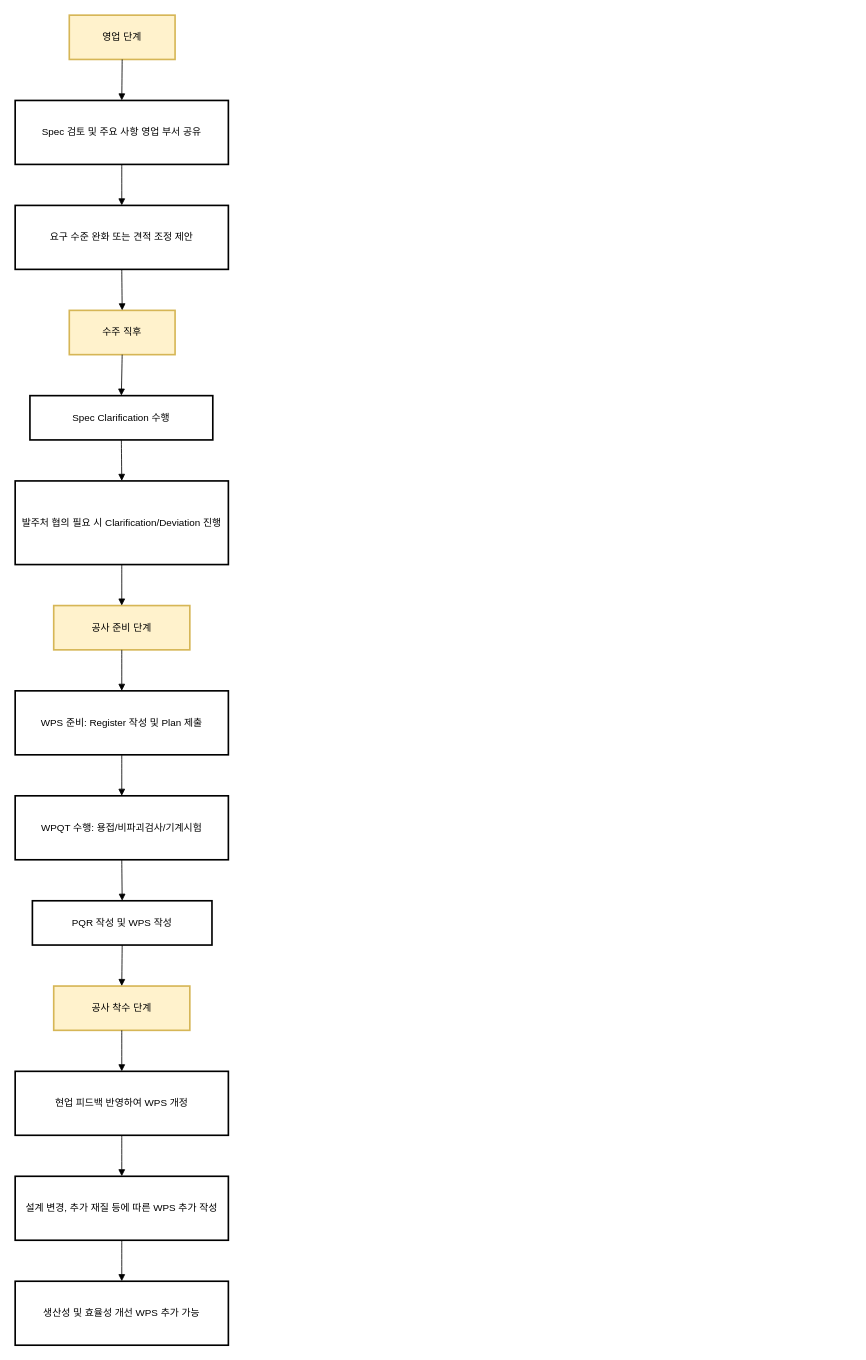
Earlier version of the draw.io diagram 제목 없는 다이어그램.drawio (kim-sunghoon74/draw.io2). Source tidied: cells renumbered, new cells numbered last; positions are measured from the earlier drawing's top-left corner, leaving out a move shared by most shapes. Both pictures are drawn from the tidied source at 82%, with x=0, y=0 at pixel (15, 15).
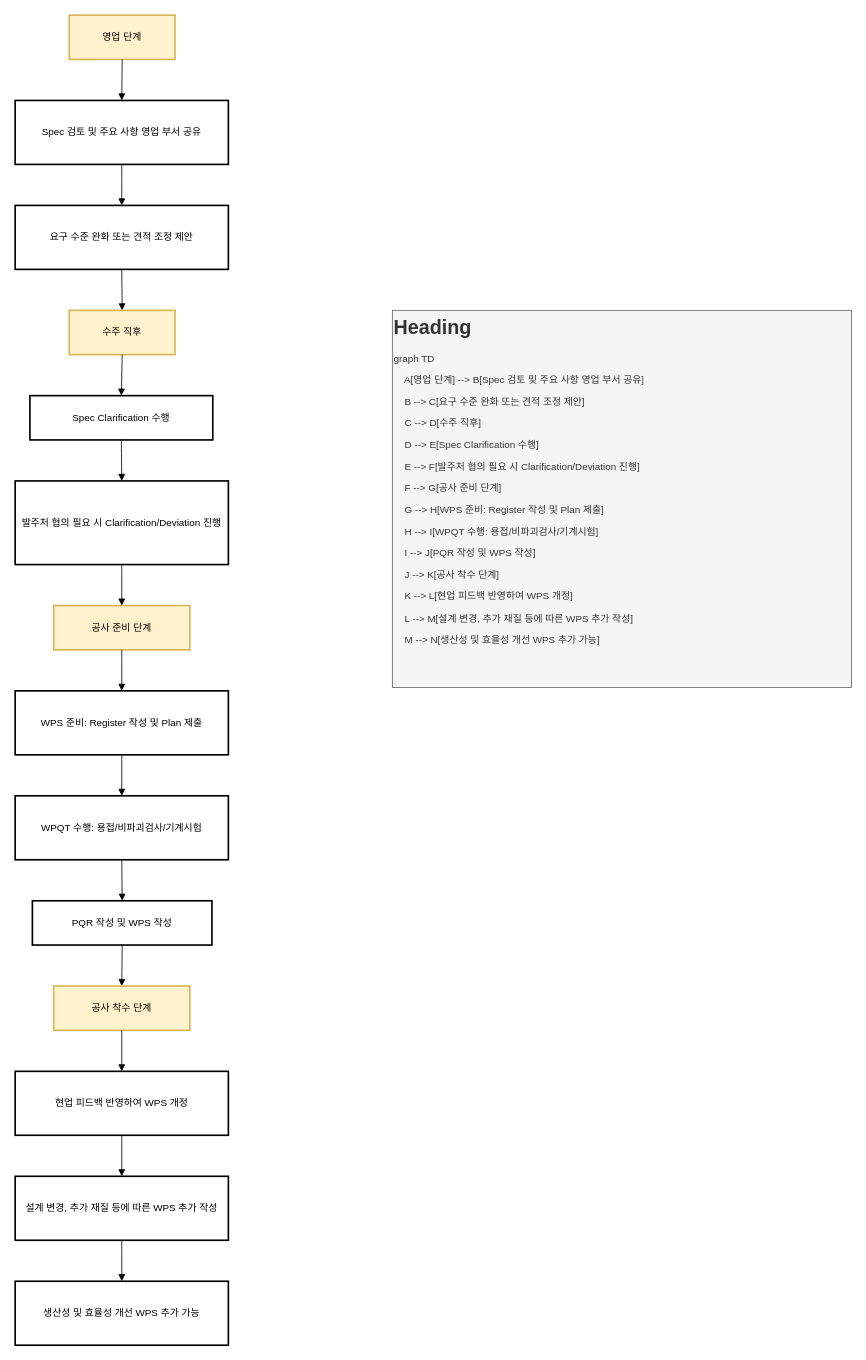
After the change.

Commit message:
제목 없는 다이어그램.drawio 업데이트

Diff of the diagram source:
```diff
@@
+    <mxCell id="29" value="&lt;h1 style=&quot;margin-top: 0px;&quot;&gt;Heading&lt;/h1&gt;&lt;p&gt;graph TD&lt;/p&gt;&lt;p&gt;&amp;nbsp; &amp;nbsp; A[영업 단계] --&amp;gt; B[Spec 검토 및 주요 사항 영업 부서 공유]&lt;/p&gt;&lt;p&gt;&amp;nbsp; &amp;nbsp; B --&amp;gt; C[요구 수준 완화 또는 견적 조정 제안]&lt;/p&gt;&lt;p&gt;&amp;nbsp; &amp;nbsp; C --&amp;gt; D[수주 직후]&lt;/p&gt;&lt;p&gt;&amp;nbsp; &amp;nbsp; D --&amp;gt; E[Spec Clarification 수행]&lt;/p&gt;&lt;p&gt;&amp;nbsp; &amp;nbsp; E --&amp;gt; F[발주처 협의 필요 시 Clarification/Deviation 진행]&lt;/p&gt;&lt;p&gt;&amp;nbsp; &amp;nbsp; F --&amp;gt; G[공사 준비 단계]&lt;/p&gt;&lt;p&gt;&amp;nbsp; &amp;nbsp; G --&amp;gt; H[WPS 준비: Register 작성 및 Plan 제출]&lt;/p&gt;&lt;p&gt;&amp;nbsp; &amp;nbsp; H --&amp;gt; I[WPQT 수행: 용접/비파괴검사/기계시험]&lt;/p&gt;&lt;p&gt;&amp;nbsp; &amp;nbsp; I --&amp;gt; J[PQR 작성 및 WPS 작성]&lt;/p&gt;&lt;p&gt;&amp;nbsp; &amp;nbsp; J --&amp;gt; K[공사 착수 단계]&lt;/p&gt;&lt;p&gt;&amp;nbsp; &amp;nbsp; K --&amp;gt; L[현업 피드백 반영하여 WPS 개정]&lt;/p&gt;&lt;p&gt;&amp;nbsp; &amp;nbsp; L --&amp;gt; M[설계 변경, 추가 재질 등에 따른 WPS 추가 작성]&lt;/p&gt;&lt;p&gt;&amp;nbsp; &amp;nbsp; M --&amp;gt; N[생산성 및 효율성 개선 WPS 추가 가능]&lt;/p&gt;" style="text;html=1;whiteSpace=wrap;overflow=hidden;rounded=0;fillColor=#f5f5f5;fontColor=#333333;strokeColor=#666666;" parent="1" vertex="1">
+      <mxGeometry x="460" y="360" width="560" height="460" as="geometry" />
+    </mxCell>
```
